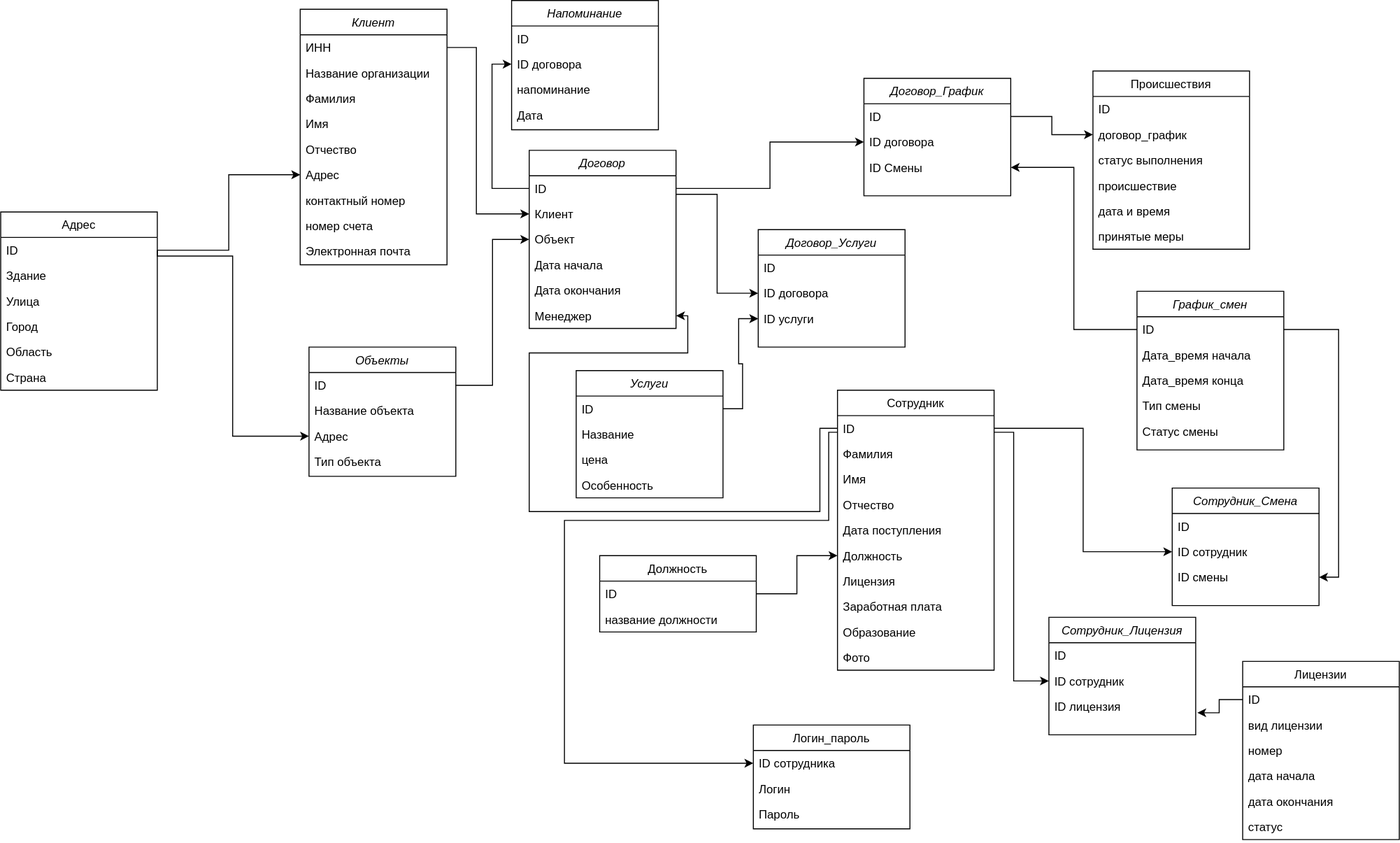
Above: Логическая.svg in Ancilot/CursSYBD (draw.io), before the change. Source tidied: cells renumbered, new cells last; positions are measured from the earlier drawing's top-left corner, leaving out a move shared by most shapes.
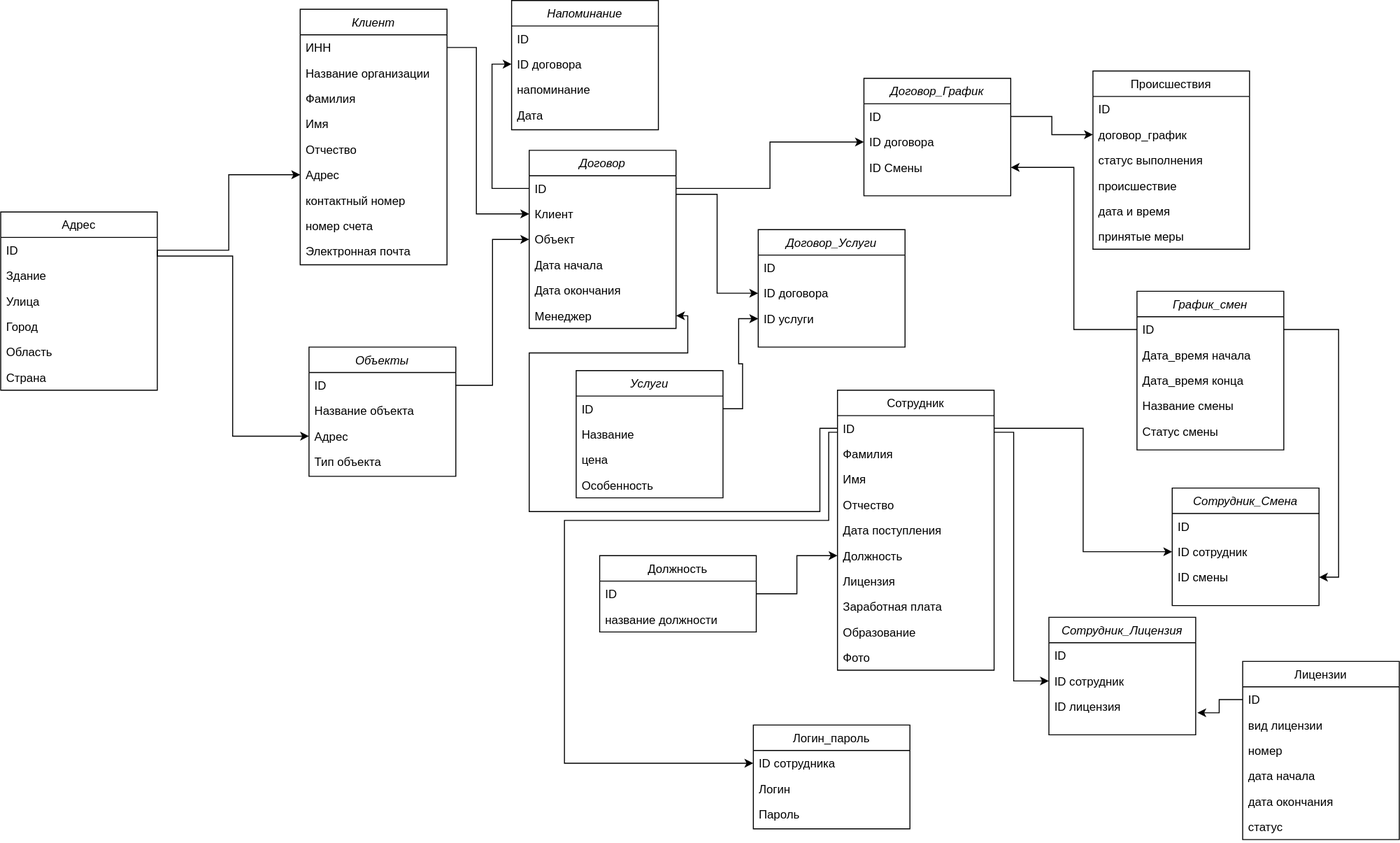
Above is the later version.

Change to the diagram source:
```diff
@@ -196,7 +196,7 @@
     <mxCell id="64" value="Дата_время конца" style="text;align=left;verticalAlign=top;spacingLeft=4;spacingRight=4;overflow=hidden;rounded=0;shadow=0;html=0;" parent="61" vertex="1">
       <mxGeometry y="78" width="150" height="26" as="geometry" />
     </mxCell>
-    <mxCell id="65" value="Тип смены" style="text;align=left;verticalAlign=top;spacingLeft=4;spacingRight=4;overflow=hidden;rounded=0;shadow=0;html=0;" parent="61" vertex="1">
+    <mxCell id="65" value="Название смены" style="text;align=left;verticalAlign=top;spacingLeft=4;spacingRight=4;overflow=hidden;rounded=0;shadow=0;html=0;" parent="61" vertex="1">
       <mxGeometry y="104" width="150" height="26" as="geometry" />
     </mxCell>
     <mxCell id="66" value="Статус смены" style="text;align=left;verticalAlign=top;spacingLeft=4;spacingRight=4;overflow=hidden;rounded=0;shadow=0;html=0;" parent="61" vertex="1">
```
